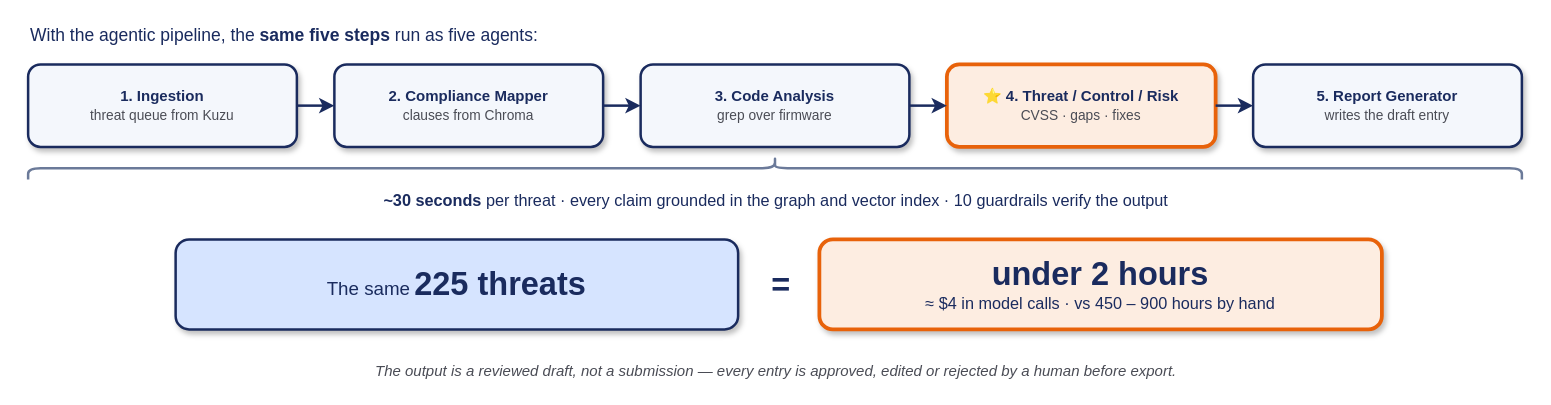
Above: docs/solution_agentic_cost.drawio in balajibankapur/agentic-sra-framework (draw.io), before the change. Source tidied: cells renumbered, new cells numbered last; positions are measured from the earlier drawing's top-left corner, leaving out a move shared by most shapes. Both pictures are drawn from the tidied source at 125%, with x=0, y=0 at pixel (28, 21).
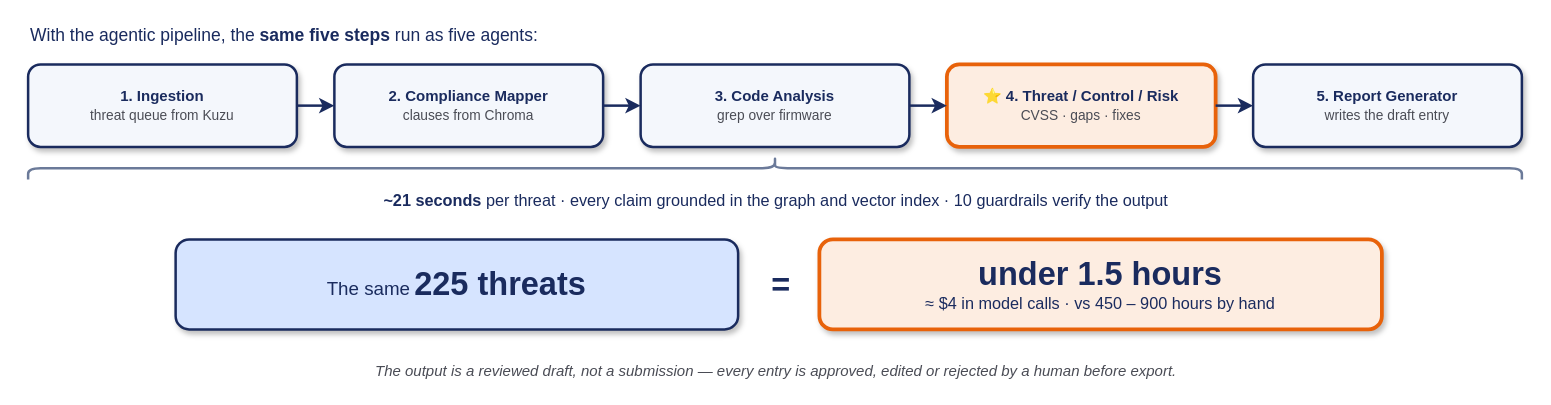
After the change.

Commit message (it also covers changes not shown here):
docs: update solution diagram to the measured 50-threat timings

The diagram still claimed ~30 s per threat and "under 2 hours" for the
full corpus, which contradicted the deck's results table after the
50-threat run. Measured span was 17.6 min over 50 entries = 21 s each,
so 225 threats projects to roughly 1.3 hours.

Diff of the diagram source:
```diff
@@
 <mxGraphModel>
   <root>
     <mxCell id="0" />
     <mxCell id="1" parent="0" />
     <mxCell id="2" value="With the agentic pipeline, the &lt;b&gt;same five steps&lt;/b&gt; run as five agents:" style="text;html=1;strokeColor=none;fillColor=none;align=left;verticalAlign=middle;fontSize=14;fontColor=#1A2B5E;" parent="1" vertex="1">
       <mxGeometry width="760" height="22" as="geometry" />
     </mxCell>
     <mxCell id="3" value="&lt;b&gt;1. Ingestion&lt;/b&gt;&lt;br/&gt;&lt;font style=&quot;font-size:11px;color:#4A4C55&quot;&gt;threat queue from Kuzu&lt;/font&gt;" style="rounded=1;whiteSpace=wrap;html=1;fillColor=#F4F7FC;strokeColor=#1A2B5E;strokeWidth=2;fontColor=#1A2B5E;fontSize=12;verticalAlign=middle;shadow=1;" parent="1" vertex="1">
       <mxGeometry y="34" width="215" height="66" as="geometry" />
     </mxCell>
     <mxCell id="4" value="&lt;b&gt;2. Compliance Mapper&lt;/b&gt;&lt;br/&gt;&lt;font style=&quot;font-size:11px;color:#4A4C55&quot;&gt;clauses from Chroma&lt;/font&gt;" style="rounded=1;whiteSpace=wrap;html=1;fillColor=#F4F7FC;strokeColor=#1A2B5E;strokeWidth=2;fontColor=#1A2B5E;fontSize=12;verticalAlign=middle;shadow=1;" parent="1" vertex="1">
       <mxGeometry x="245" y="34" width="215" height="66" as="geometry" />
     </mxCell>
     <mxCell id="5" value="&lt;b&gt;3. Code Analysis&lt;/b&gt;&lt;br/&gt;&lt;font style=&quot;font-size:11px;color:#4A4C55&quot;&gt;grep over firmware&lt;/font&gt;" style="rounded=1;whiteSpace=wrap;html=1;fillColor=#F4F7FC;strokeColor=#1A2B5E;strokeWidth=2;fontColor=#1A2B5E;fontSize=12;verticalAlign=middle;shadow=1;" parent="1" vertex="1">
       <mxGeometry x="490" y="34" width="215" height="66" as="geometry" />
     </mxCell>
     <mxCell id="6" value="&lt;b&gt;⭐ 4. Threat / Control / Risk&lt;/b&gt;&lt;br/&gt;&lt;font style=&quot;font-size:11px;color:#4A4C55&quot;&gt;CVSS · gaps · fixes&lt;/font&gt;" style="rounded=1;whiteSpace=wrap;html=1;fillColor=#FDEDE1;strokeColor=#E8620A;strokeWidth=3;fontColor=#1A2B5E;fontSize=12;verticalAlign=middle;shadow=1;" parent="1" vertex="1">
       <mxGeometry x="735" y="34" width="215" height="66" as="geometry" />
     </mxCell>
     <mxCell id="7" value="&lt;b&gt;5. Report Generator&lt;/b&gt;&lt;br/&gt;&lt;font style=&quot;font-size:11px;color:#4A4C55&quot;&gt;writes the draft entry&lt;/font&gt;" style="rounded=1;whiteSpace=wrap;html=1;fillColor=#F4F7FC;strokeColor=#1A2B5E;strokeWidth=2;fontColor=#1A2B5E;fontSize=12;verticalAlign=middle;shadow=1;" parent="1" vertex="1">
       <mxGeometry x="980" y="34" width="215" height="66" as="geometry" />
     </mxCell>
     <mxCell id="8" style="edgeStyle=none;html=1;endArrow=classic;endFill=1;strokeColor=#1A2B5E;strokeWidth=2;exitX=1;exitY=0.5;entryX=0;entryY=0.5;" parent="1" edge="1" source="3" target="4">
       <mxGeometry relative="1" as="geometry" />
     </mxCell>
     <mxCell id="9" style="edgeStyle=none;html=1;endArrow=classic;endFill=1;strokeColor=#1A2B5E;strokeWidth=2;exitX=1;exitY=0.5;entryX=0;entryY=0.5;" parent="1" edge="1" source="4" target="5">
       <mxGeometry relative="1" as="geometry" />
     </mxCell>
     <mxCell id="10" style="edgeStyle=none;html=1;endArrow=classic;endFill=1;strokeColor=#1A2B5E;strokeWidth=2;exitX=1;exitY=0.5;entryX=0;entryY=0.5;" parent="1" edge="1" source="5" target="6">
       <mxGeometry relative="1" as="geometry" />
     </mxCell>
     <mxCell id="11" style="edgeStyle=none;html=1;endArrow=classic;endFill=1;strokeColor=#1A2B5E;strokeWidth=2;exitX=1;exitY=0.5;entryX=0;entryY=0.5;" parent="1" edge="1" source="6" target="7">
       <mxGeometry relative="1" as="geometry" />
     </mxCell>
     <mxCell id="12" style="shape=curlyBracket;whiteSpace=wrap;html=1;rounded=1;direction=north;flipV=1;strokeColor=#6B7A99;strokeWidth=2;" parent="1" vertex="1">
       <mxGeometry y="108" width="1195" height="18" as="geometry" />
     </mxCell>
-    <mxCell id="13" value="&lt;b&gt;~30 seconds&lt;/b&gt;  per threat  ·  every claim grounded in the graph and vector index  ·  10 guardrails verify the output" style="text;html=1;strokeColor=none;fillColor=none;align=center;verticalAlign=middle;fontSize=13;fontColor=#1A2B5E;" parent="1" vertex="1">
+    <mxCell id="13" value="&lt;b&gt;~21 seconds&lt;/b&gt;  per threat  ·  every claim grounded in the graph and vector index  ·  10 guardrails verify the output" style="text;html=1;strokeColor=none;fillColor=none;align=center;verticalAlign=middle;fontSize=13;fontColor=#1A2B5E;" parent="1" vertex="1">
       <mxGeometry y="132" width="1195" height="22" as="geometry" />
     </mxCell>
     <mxCell id="14" value="&lt;font style=&quot;font-size:15px&quot;&gt;The same&lt;/font&gt; &lt;b&gt;&lt;font style=&quot;font-size:26px&quot;&gt;225 threats&lt;/font&gt;&lt;/b&gt;" style="rounded=1;whiteSpace=wrap;html=1;fillColor=#D6E4FF;strokeColor=#1A2B5E;strokeWidth=2;fontColor=#1A2B5E;verticalAlign=middle;shadow=1;" parent="1" vertex="1">
       <mxGeometry x="118" y="174" width="450" height="72" as="geometry" />
     </mxCell>
     <mxCell id="15" value="=" style="text;html=1;strokeColor=none;fillColor=none;align=center;verticalAlign=middle;fontSize=26;fontStyle=1;fontColor=#1A2B5E;" parent="1" vertex="1">
       <mxGeometry x="578" y="194" width="48" height="34" as="geometry" />
     </mxCell>
-    <mxCell id="16" value="&lt;b&gt;&lt;font style=&quot;font-size:26px&quot;&gt;under 2 hours&lt;/font&gt;&lt;/b&gt;&lt;br/&gt;&lt;font style=&quot;font-size:13px&quot;&gt;≈ $4 in model calls  ·  vs 450 – 900 hours by hand&lt;/font&gt;" style="rounded=1;whiteSpace=wrap;html=1;fillColor=#FDEDE1;strokeColor=#E8620A;strokeWidth=3;fontColor=#1A2B5E;verticalAlign=middle;shadow=1;" parent="1" vertex="1">
+    <mxCell id="16" value="&lt;b&gt;&lt;font style=&quot;font-size:26px&quot;&gt;under 1.5 hours&lt;/font&gt;&lt;/b&gt;&lt;br/&gt;&lt;font style=&quot;font-size:13px&quot;&gt;≈ $4 in model calls  ·  vs 450 – 900 hours by hand&lt;/font&gt;" style="rounded=1;whiteSpace=wrap;html=1;fillColor=#FDEDE1;strokeColor=#E8620A;strokeWidth=3;fontColor=#1A2B5E;verticalAlign=middle;shadow=1;" parent="1" vertex="1">
       <mxGeometry x="633" y="174" width="450" height="72" as="geometry" />
     </mxCell>
     <mxCell id="17" value="The output is a reviewed draft, not a submission — every entry is approved, edited or rejected by a human before export." style="text;html=1;strokeColor=none;fillColor=none;align=center;verticalAlign=middle;fontSize=12;fontStyle=2;fontColor=#4A4C55;" parent="1" vertex="1">
       <mxGeometry y="270" width="1195" height="20" as="geometry" />
     </mxCell>
   </root>
 </mxGraphModel>
```
